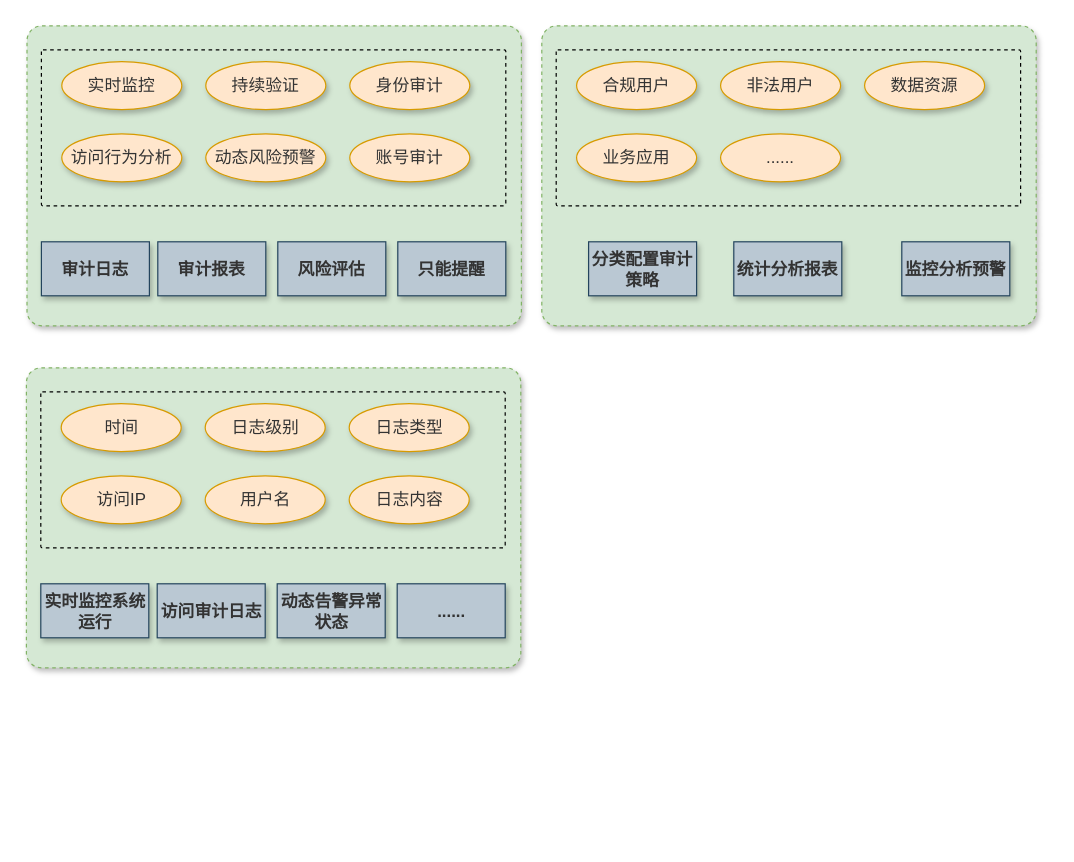
The draw.io diagram page "第 1 页" (1 of 2) of 东庄信息化项目-统一权限管理-审计.drawio in sun-beijixing/drawio, before the edit. Source tidied: cells renumbered, new cells numbered last; positions are measured from the earlier drawing's top-left corner, leaving out a move shared by most shapes. Both pictures are drawn from the tidied source at 120%, with x=0, y=0 at pixel (25, 25).
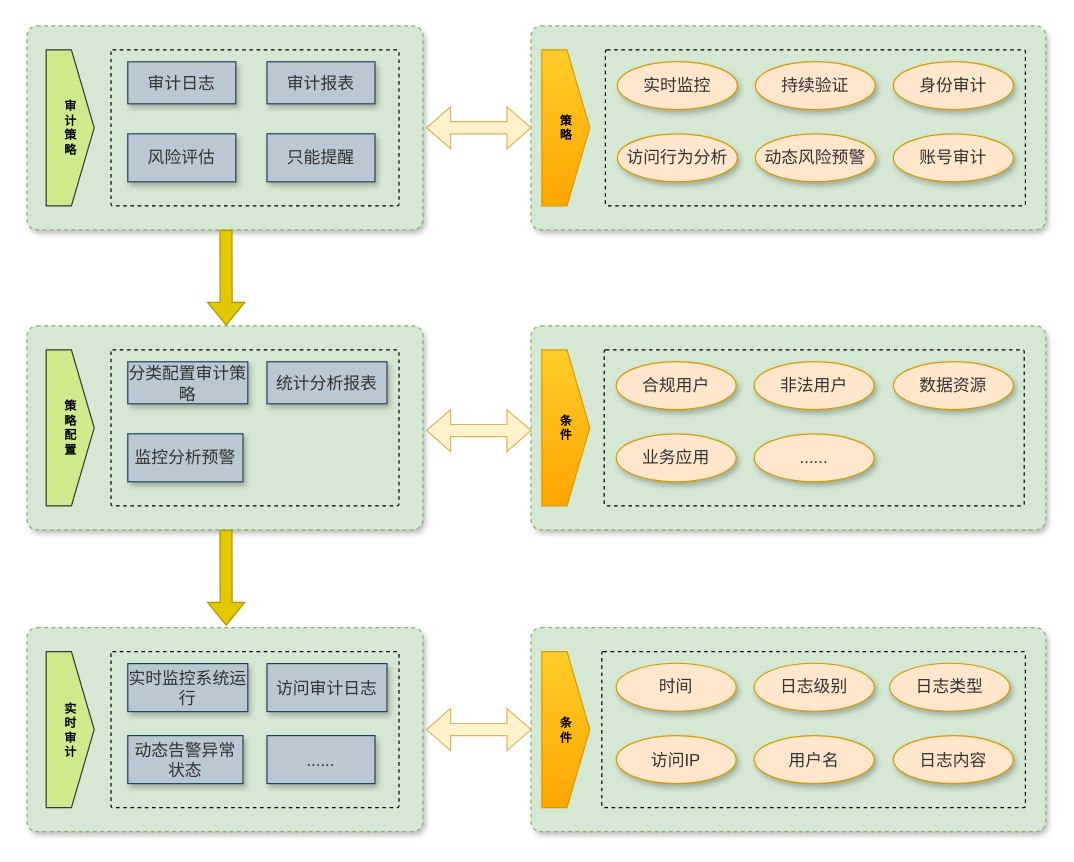
After the change.

Commit message (it also covers changes not shown here):
更新东庄信息化项目-统一权限管理-审计.drawio

Change to the diagram source:
```diff
@@
+    <mxCell id="36" style="rounded=1;whiteSpace=wrap;html=1;shadow=1;fontSize=11;strokeWidth=1;fillColor=#d5e8d4;dashed=1;arcSize=5;strokeColor=#82b366;" parent="1" vertex="1">
+      <mxGeometry x="1" y="501.5" width="330" height="170" as="geometry" />
+    </mxCell>
+    <mxCell id="37" style="text;html=1;fillColor=none;align=center;verticalAlign=middle;whiteSpace=wrap;fontSize=54;fontStyle=1;shadow=0;rounded=1;glass=0;sketch=0;arcSize=1;dashed=1;strokeWidth=1;strokeColor=default;" parent="1" vertex="1">
+      <mxGeometry x="71" y="521.5" width="240" height="130" as="geometry" />
+    </mxCell>
+    <mxCell id="38" style="rounded=1;whiteSpace=wrap;html=1;shadow=1;fontSize=11;strokeWidth=1;fillColor=#d5e8d4;dashed=1;arcSize=5;strokeColor=#82b366;" parent="1" vertex="1">
+      <mxGeometry x="1" width="330" height="170" as="geometry" />
+    </mxCell>
+    <mxCell id="39" style="text;html=1;fillColor=none;align=center;verticalAlign=middle;whiteSpace=wrap;fontSize=54;fontStyle=1;shadow=0;rounded=1;glass=0;sketch=0;arcSize=1;dashed=1;strokeWidth=1;strokeColor=default;" parent="1" vertex="1">
+      <mxGeometry x="71" y="20" width="240" height="130" as="geometry" />
+    </mxCell>
     <mxCell id="2" style="rounded=1;whiteSpace=wrap;html=1;shadow=1;fontSize=11;strokeWidth=1;fillColor=#d5e8d4;dashed=1;arcSize=5;strokeColor=#82b366;" parent="1" vertex="1">
-      <mxGeometry x="1" width="412" height="250" as="geometry" />
+      <mxGeometry x="421" width="429" height="170" as="geometry" />
     </mxCell>
     <mxCell id="3" style="text;html=1;fillColor=none;align=center;verticalAlign=middle;whiteSpace=wrap;fontSize=54;fontStyle=1;shadow=0;rounded=1;glass=0;sketch=0;arcSize=1;dashed=1;strokeWidth=1;strokeColor=default;" parent="1" vertex="1">
-      <mxGeometry x="13" y="20" width="387" height="130" as="geometry" />
+      <mxGeometry x="483" y="20" width="350" height="130" as="geometry" />
     </mxCell>
-    <mxCell id="4" value="&lt;b style=&quot;color: rgb(51, 51, 51); font-size: 14px;&quot;&gt;审计日志&lt;/b&gt;" style="rounded=0;whiteSpace=wrap;html=1;shadow=1;fontSize=11;strokeColor=#23445d;strokeWidth=1;fillColor=#bac8d3;" parent="1" vertex="1">
-      <mxGeometry x="13" y="180" width="90" height="45" as="geometry" />
-    </mxCell>
-    <mxCell id="5" value="&lt;b style=&quot;color: rgb(51, 51, 51); font-size: 14px;&quot;&gt;审计报表&lt;/b&gt;" style="rounded=0;whiteSpace=wrap;html=1;shadow=1;fontSize=11;strokeColor=#23445d;strokeWidth=1;fillColor=#bac8d3;" parent="1" vertex="1">
-      <mxGeometry x="110" y="180" width="90" height="45" as="geometry" />
-    </mxCell>
-    <mxCell id="6" value="&lt;font color=&quot;#333333&quot;&gt;&lt;span style=&quot;font-size: 14px;&quot;&gt;&lt;b&gt;风险评估&lt;/b&gt;&lt;/span&gt;&lt;/font&gt;" style="rounded=0;whiteSpace=wrap;html=1;shadow=1;fontSize=11;strokeColor=#23445d;strokeWidth=1;fillColor=#bac8d3;" parent="1" vertex="1">
-      <mxGeometry x="210" y="180" width="90" height="45" as="geometry" />
-    </mxCell>
-    <mxCell id="7" value="&lt;font color=&quot;#333333&quot;&gt;&lt;span style=&quot;font-size: 14px;&quot;&gt;&lt;b&gt;只能提醒&lt;/b&gt;&lt;/span&gt;&lt;/font&gt;" style="rounded=0;whiteSpace=wrap;html=1;shadow=1;fontSize=11;strokeColor=#23445d;strokeWidth=1;fillColor=#bac8d3;" parent="1" vertex="1">
-      <mxGeometry x="310" y="180" width="90" height="45" as="geometry" />
-    </mxCell>
     <mxCell id="8" value="&lt;span style=&quot;color: rgb(51, 51, 51); font-size: 14px;&quot;&gt;实时监控&lt;/span&gt;" style="ellipse;whiteSpace=wrap;html=1;shadow=1;fontSize=10;fillColor=#ffe6cc;strokeColor=#d79b00;" parent="1" vertex="1">
-      <mxGeometry x="30" y="29.8" width="100" height="40" as="geometry" />
+      <mxGeometry x="493" y="29.8" width="100" height="40" as="geometry" />
     </mxCell>
     <mxCell id="9" value="&lt;span style=&quot;color: rgb(51, 51, 51); font-size: 14px;&quot;&gt;持续验证&lt;/span&gt;" style="ellipse;whiteSpace=wrap;html=1;shadow=1;fontSize=10;fillColor=#ffe6cc;strokeColor=#d79b00;" parent="1" vertex="1">
-      <mxGeometry x="150" y="29.8" width="100" height="40" as="geometry" />
+      <mxGeometry x="608" y="29.8" width="100" height="40" as="geometry" />
     </mxCell>
     <mxCell id="10" value="&lt;span style=&quot;color: rgb(51, 51, 51); font-size: 14px;&quot;&gt;身份审计&lt;/span&gt;" style="ellipse;whiteSpace=wrap;html=1;shadow=1;fontSize=10;fillColor=#ffe6cc;strokeColor=#d79b00;" parent="1" vertex="1">
-      <mxGeometry x="270" y="29.8" width="100" height="40" as="geometry" />
+      <mxGeometry x="723" y="29.8" width="100" height="40" as="geometry" />
     </mxCell>
     <mxCell id="11" value="&lt;span style=&quot;color: rgb(51, 51, 51); font-size: 14px;&quot;&gt;账号审计&lt;/span&gt;" style="ellipse;whiteSpace=wrap;html=1;shadow=1;fontSize=10;fillColor=#ffe6cc;strokeColor=#d79b00;" parent="1" vertex="1">
-      <mxGeometry x="270" y="90" width="100" height="40" as="geometry" />
+      <mxGeometry x="723" y="90" width="100" height="40" as="geometry" />
     </mxCell>
     <mxCell id="12" value="&lt;span style=&quot;color: rgb(51, 51, 51); font-size: 14px;&quot;&gt;访问行为分析&lt;/span&gt;" style="ellipse;whiteSpace=wrap;html=1;shadow=1;fontSize=10;fillColor=#ffe6cc;strokeColor=#d79b00;" parent="1" vertex="1">
-      <mxGeometry x="30" y="90" width="100" height="40" as="geometry" />
+      <mxGeometry x="493" y="90" width="100" height="40" as="geometry" />
     </mxCell>
     <mxCell id="13" value="&lt;span style=&quot;color: rgb(51, 51, 51); font-size: 14px;&quot;&gt;动态风险预警&lt;/span&gt;" style="ellipse;whiteSpace=wrap;html=1;shadow=1;fontSize=10;fillColor=#ffe6cc;strokeColor=#d79b00;" parent="1" vertex="1">
-      <mxGeometry x="150" y="90" width="100" height="40" as="geometry" />
+      <mxGeometry x="608" y="90" width="100" height="40" as="geometry" />
     </mxCell>
     <mxCell id="14" style="rounded=1;whiteSpace=wrap;html=1;shadow=1;fontSize=11;strokeWidth=1;fillColor=#d5e8d4;dashed=1;arcSize=5;strokeColor=#82b366;" parent="1" vertex="1">
-      <mxGeometry x="430" width="412" height="250" as="geometry" />
+      <mxGeometry x="421" y="250" width="429" height="170" as="geometry" />
     </mxCell>
     <mxCell id="15" style="text;html=1;fillColor=none;align=center;verticalAlign=middle;whiteSpace=wrap;fontSize=54;fontStyle=1;shadow=0;rounded=1;glass=0;sketch=0;arcSize=1;dashed=1;strokeWidth=1;strokeColor=default;" parent="1" vertex="1">
-      <mxGeometry x="442" y="20" width="387" height="130" as="geometry" />
+      <mxGeometry x="482" y="270" width="350" height="130" as="geometry" />
     </mxCell>
-    <mxCell id="16" value="&lt;font color=&quot;#333333&quot;&gt;&lt;span style=&quot;font-size: 14px;&quot;&gt;&lt;b&gt;分类配置审计策略&lt;/b&gt;&lt;/span&gt;&lt;/font&gt;" style="rounded=0;whiteSpace=wrap;html=1;shadow=1;fontSize=11;strokeColor=#23445d;strokeWidth=1;fillColor=#bac8d3;" parent="1" vertex="1">
-      <mxGeometry x="469" y="180" width="90" height="45" as="geometry" />
-    </mxCell>
-    <mxCell id="17" value="&lt;b style=&quot;color: rgb(51, 51, 51); font-size: 14px;&quot;&gt;统计分析报表&lt;/b&gt;" style="rounded=0;whiteSpace=wrap;html=1;shadow=1;fontSize=11;strokeColor=#23445d;strokeWidth=1;fillColor=#bac8d3;" parent="1" vertex="1">
-      <mxGeometry x="590" y="180" width="90" height="45" as="geometry" />
-    </mxCell>
-    <mxCell id="18" value="&lt;font color=&quot;#333333&quot;&gt;&lt;span style=&quot;font-size: 14px;&quot;&gt;&lt;b&gt;监控分析预警&lt;/b&gt;&lt;/span&gt;&lt;/font&gt;" style="rounded=0;whiteSpace=wrap;html=1;shadow=1;fontSize=11;strokeColor=#23445d;strokeWidth=1;fillColor=#bac8d3;" parent="1" vertex="1">
-      <mxGeometry x="730" y="180" width="90" height="45" as="geometry" />
-    </mxCell>
     <mxCell id="19" value="&lt;span style=&quot;color: rgb(51, 51, 51); font-size: 14px;&quot;&gt;合规用户&lt;/span&gt;" style="ellipse;whiteSpace=wrap;html=1;shadow=1;fontSize=10;fillColor=#ffe6cc;strokeColor=#d79b00;" parent="1" vertex="1">
-      <mxGeometry x="459" y="29.8" width="100" height="40" as="geometry" />
+      <mxGeometry x="492" y="279.8" width="100" height="40" as="geometry" />
     </mxCell>
     <mxCell id="20" value="&lt;span style=&quot;color: rgb(51, 51, 51); font-size: 14px;&quot;&gt;非法用户&lt;/span&gt;" style="ellipse;whiteSpace=wrap;html=1;shadow=1;fontSize=10;fillColor=#ffe6cc;strokeColor=#d79b00;" parent="1" vertex="1">
-      <mxGeometry x="579" y="29.8" width="100" height="40" as="geometry" />
+      <mxGeometry x="607" y="279.8" width="100" height="40" as="geometry" />
     </mxCell>
     <mxCell id="21" value="&lt;span style=&quot;color: rgb(51, 51, 51); font-size: 14px;&quot;&gt;数据资源&lt;/span&gt;" style="ellipse;whiteSpace=wrap;html=1;shadow=1;fontSize=10;fillColor=#ffe6cc;strokeColor=#d79b00;" parent="1" vertex="1">
-      <mxGeometry x="699" y="29.8" width="100" height="40" as="geometry" />
+      <mxGeometry x="723" y="279.8" width="100" height="40" as="geometry" />
     </mxCell>
     <mxCell id="22" value="&lt;span style=&quot;color: rgb(51, 51, 51); font-size: 14px;&quot;&gt;业务应用&lt;/span&gt;" style="ellipse;whiteSpace=wrap;html=1;shadow=1;fontSize=10;fillColor=#ffe6cc;strokeColor=#d79b00;" parent="1" vertex="1">
-      <mxGeometry x="459" y="90" width="100" height="40" as="geometry" />
+      <mxGeometry x="492" y="340" width="100" height="40" as="geometry" />
     </mxCell>
     <mxCell id="23" value="&lt;font color=&quot;#333333&quot;&gt;&lt;span style=&quot;font-size: 14px;&quot;&gt;......&lt;/span&gt;&lt;/font&gt;" style="ellipse;whiteSpace=wrap;html=1;shadow=1;fontSize=10;fillColor=#ffe6cc;strokeColor=#d79b00;" parent="1" vertex="1">
-      <mxGeometry x="579" y="90" width="100" height="40" as="geometry" />
+      <mxGeometry x="607" y="340" width="100" height="40" as="geometry" />
     </mxCell>
     <mxCell id="24" style="rounded=1;whiteSpace=wrap;html=1;shadow=1;fontSize=11;strokeWidth=1;fillColor=#d5e8d4;dashed=1;arcSize=5;strokeColor=#82b366;" parent="1" vertex="1">
-      <mxGeometry x="0.5" y="285" width="412" height="250" as="geometry" />
+      <mxGeometry x="421" y="501.5" width="429" height="170" as="geometry" />
     </mxCell>
     <mxCell id="25" style="text;html=1;fillColor=none;align=center;verticalAlign=middle;whiteSpace=wrap;fontSize=54;fontStyle=1;shadow=0;rounded=1;glass=0;sketch=0;arcSize=1;dashed=1;strokeWidth=1;strokeColor=default;" parent="1" vertex="1">
-      <mxGeometry x="12.5" y="305" width="387" height="130" as="geometry" />
+      <mxGeometry x="480" y="521.5" width="353" height="130" as="geometry" />
     </mxCell>
-    <mxCell id="26" value="&lt;b style=&quot;color: rgb(51, 51, 51); font-size: 14px;&quot;&gt;实时监控系统运行&lt;/b&gt;" style="rounded=0;whiteSpace=wrap;html=1;shadow=1;fontSize=11;strokeColor=#23445d;strokeWidth=1;fillColor=#bac8d3;" parent="1" vertex="1">
-      <mxGeometry x="12.5" y="465" width="90" height="45" as="geometry" />
-    </mxCell>
-    <mxCell id="27" value="&lt;b style=&quot;color: rgb(51, 51, 51); font-size: 14px;&quot;&gt;访问审计日志&lt;/b&gt;" style="rounded=0;whiteSpace=wrap;html=1;shadow=1;fontSize=11;strokeColor=#23445d;strokeWidth=1;fillColor=#bac8d3;" parent="1" vertex="1">
-      <mxGeometry x="109.5" y="465" width="90" height="45" as="geometry" />
-    </mxCell>
-    <mxCell id="28" value="&lt;font color=&quot;#333333&quot;&gt;&lt;span style=&quot;font-size: 14px;&quot;&gt;&lt;b&gt;动态告警异常状态&lt;/b&gt;&lt;/span&gt;&lt;/font&gt;" style="rounded=0;whiteSpace=wrap;html=1;shadow=1;fontSize=11;strokeColor=#23445d;strokeWidth=1;fillColor=#bac8d3;" parent="1" vertex="1">
-      <mxGeometry x="209.5" y="465" width="90" height="45" as="geometry" />
-    </mxCell>
-    <mxCell id="29" value="&lt;font color=&quot;#333333&quot;&gt;&lt;span style=&quot;font-size: 14px;&quot;&gt;&lt;b&gt;......&lt;/b&gt;&lt;/span&gt;&lt;/font&gt;" style="rounded=0;whiteSpace=wrap;html=1;shadow=1;fontSize=11;strokeColor=#23445d;strokeWidth=1;fillColor=#bac8d3;" parent="1" vertex="1">
-      <mxGeometry x="309.5" y="465" width="90" height="45" as="geometry" />
+    <mxCell id="29" value="&lt;font color=&quot;#333333&quot;&gt;&lt;span style=&quot;font-size: 14px;&quot;&gt;......&lt;/span&gt;&lt;/font&gt;" style="rounded=0;whiteSpace=wrap;html=1;shadow=1;fontSize=11;strokeColor=#23445d;strokeWidth=1;fillColor=#bac8d3;" parent="1" vertex="1">
+      <mxGeometry x="201" y="591.5" width="90" height="40" as="geometry" />
     </mxCell>
     <mxCell id="30" value="&lt;font color=&quot;#333333&quot;&gt;&lt;span style=&quot;font-size: 14px;&quot;&gt;时间&lt;/span&gt;&lt;/font&gt;" style="ellipse;whiteSpace=wrap;html=1;shadow=1;fontSize=10;fillColor=#ffe6cc;strokeColor=#d79b00;" parent="1" vertex="1">
-      <mxGeometry x="29.5" y="314.8" width="100" height="40" as="geometry" />
+      <mxGeometry x="492" y="531.2" width="100" height="40" as="geometry" />
     </mxCell>
     <mxCell id="31" value="&lt;span style=&quot;color: rgb(51, 51, 51); font-size: 14px;&quot;&gt;日志级别&lt;/span&gt;" style="ellipse;whiteSpace=wrap;html=1;shadow=1;fontSize=10;fillColor=#ffe6cc;strokeColor=#d79b00;" parent="1" vertex="1">
-      <mxGeometry x="149.5" y="314.8" width="100" height="40" as="geometry" />
+      <mxGeometry x="607" y="531.2" width="100" height="40" as="geometry" />
     </mxCell>
     <mxCell id="32" value="&lt;span style=&quot;color: rgb(51, 51, 51); font-size: 14px;&quot;&gt;日志类型&lt;/span&gt;" style="ellipse;whiteSpace=wrap;html=1;shadow=1;fontSize=10;fillColor=#ffe6cc;strokeColor=#d79b00;" parent="1" vertex="1">
-      <mxGeometry x="269.5" y="314.8" width="100" height="40" as="geometry" />
+      <mxGeometry x="720" y="531.2" width="100" height="40" as="geometry" />
     </mxCell>
     <mxCell id="33" value="&lt;span style=&quot;color: rgb(51, 51, 51); font-size: 14px;&quot;&gt;日志内容&lt;/span&gt;" style="ellipse;whiteSpace=wrap;html=1;shadow=1;fontSize=10;fillColor=#ffe6cc;strokeColor=#d79b00;" parent="1" vertex="1">
-      <mxGeometry x="269.5" y="375" width="100" height="40" as="geometry" />
+      <mxGeometry x="723" y="591.5" width="100" height="40" as="geometry" />
     </mxCell>
     <mxCell id="34" value="&lt;span style=&quot;color: rgb(51, 51, 51); font-size: 14px;&quot;&gt;访问IP&lt;/span&gt;" style="ellipse;whiteSpace=wrap;html=1;shadow=1;fontSize=10;fillColor=#ffe6cc;strokeColor=#d79b00;" parent="1" vertex="1">
-      <mxGeometry x="29.5" y="375" width="100" height="40" as="geometry" />
+      <mxGeometry x="492" y="591.5" width="100" height="40" as="geometry" />
     </mxCell>
     <mxCell id="35" value="&lt;font color=&quot;#333333&quot;&gt;&lt;span style=&quot;font-size: 14px;&quot;&gt;用户名&lt;/span&gt;&lt;/font&gt;" style="ellipse;whiteSpace=wrap;html=1;shadow=1;fontSize=10;fillColor=#ffe6cc;strokeColor=#d79b00;" parent="1" vertex="1">
-      <mxGeometry x="149.5" y="375" width="100" height="40" as="geometry" />
+      <mxGeometry x="607" y="591.5" width="100" height="40" as="geometry" />
     </mxCell>
+    <mxCell id="40" value="&lt;b&gt;策&lt;br&gt;略&lt;/b&gt;" style="html=1;shadow=0;dashed=0;align=center;verticalAlign=middle;shape=mxgraph.arrows2.arrow;dy=0;dx=19;notch=0;fontSize=10;fillColor=#ffcd28;strokeColor=#d79b00;gradientColor=#ffa500;" parent="1" vertex="1">
+      <mxGeometry x="430" y="20" width="40" height="130" as="geometry" />
+    </mxCell>
+    <mxCell id="4" value="&lt;span style=&quot;color: rgb(51, 51, 51); font-size: 14px;&quot;&gt;审计日志&lt;/span&gt;" style="rounded=0;whiteSpace=wrap;html=1;shadow=1;fontSize=11;strokeColor=#23445d;strokeWidth=1;fillColor=#bac8d3;" parent="1" vertex="1">
+      <mxGeometry x="85" y="30" width="90" height="35" as="geometry" />
+    </mxCell>
+    <mxCell id="5" value="&lt;span style=&quot;color: rgb(51, 51, 51); font-size: 14px;&quot;&gt;审计报表&lt;/span&gt;" style="rounded=0;whiteSpace=wrap;html=1;shadow=1;fontSize=11;strokeColor=#23445d;strokeWidth=1;fillColor=#bac8d3;" parent="1" vertex="1">
+      <mxGeometry x="201" y="30" width="90" height="35" as="geometry" />
+    </mxCell>
+    <mxCell id="6" value="&lt;font style=&quot;&quot; color=&quot;#333333&quot;&gt;&lt;span style=&quot;font-size: 14px;&quot;&gt;风险评估&lt;/span&gt;&lt;/font&gt;" style="rounded=0;whiteSpace=wrap;html=1;shadow=1;fontSize=11;strokeColor=#23445d;strokeWidth=1;fillColor=#bac8d3;" parent="1" vertex="1">
+      <mxGeometry x="85" y="90" width="90" height="40" as="geometry" />
+    </mxCell>
+    <mxCell id="7" value="&lt;font color=&quot;#333333&quot;&gt;&lt;span style=&quot;font-size: 14px;&quot;&gt;只能提醒&lt;/span&gt;&lt;/font&gt;" style="rounded=0;whiteSpace=wrap;html=1;shadow=1;fontSize=11;strokeColor=#23445d;strokeWidth=1;fillColor=#bac8d3;" parent="1" vertex="1">
+      <mxGeometry x="201" y="90" width="90" height="40" as="geometry" />
+    </mxCell>
+    <mxCell id="41" value="&lt;b&gt;审&lt;br&gt;计&lt;br&gt;策&lt;br&gt;略&lt;/b&gt;" style="html=1;shadow=0;dashed=0;align=center;verticalAlign=middle;shape=mxgraph.arrows2.arrow;dy=0;dx=19;notch=0;fontSize=10;fillColor=#cdeb8b;strokeColor=#36393d;" parent="1" vertex="1">
+      <mxGeometry x="17" y="20" width="40" height="130" as="geometry" />
+    </mxCell>
+    <mxCell id="42" style="html=1;shadow=0;dashed=0;align=center;verticalAlign=middle;shape=mxgraph.arrows2.twoWayArrow;dy=0.71;dx=20;fontSize=10;fillColor=#fff2cc;strokeColor=#d6b656;" parent="1" vertex="1">
+      <mxGeometry x="334" y="67.5" width="87" height="35" as="geometry" />
+    </mxCell>
+    <mxCell id="43" value="&lt;b&gt;条&lt;br&gt;件&lt;/b&gt;" style="html=1;shadow=0;dashed=0;align=center;verticalAlign=middle;shape=mxgraph.arrows2.arrow;dy=0;dx=19;notch=0;fontSize=10;fillColor=#ffcd28;strokeColor=#d79b00;gradientColor=#ffa500;" parent="1" vertex="1">
+      <mxGeometry x="430" y="270" width="40" height="130" as="geometry" />
+    </mxCell>
+    <mxCell id="44" style="rounded=1;whiteSpace=wrap;html=1;shadow=1;fontSize=11;strokeWidth=1;fillColor=#d5e8d4;dashed=1;arcSize=5;strokeColor=#82b366;" parent="1" vertex="1">
+      <mxGeometry x="1" y="250" width="330" height="170" as="geometry" />
+    </mxCell>
+    <mxCell id="45" style="text;html=1;fillColor=none;align=center;verticalAlign=middle;whiteSpace=wrap;fontSize=54;fontStyle=1;shadow=0;rounded=1;glass=0;sketch=0;arcSize=1;dashed=1;strokeWidth=1;strokeColor=default;" parent="1" vertex="1">
+      <mxGeometry x="71" y="270" width="240" height="130" as="geometry" />
+    </mxCell>
+    <mxCell id="16" value="&lt;span style=&quot;color: rgb(51, 51, 51); font-size: 14px;&quot;&gt;分类配置审计策略&lt;/span&gt;" style="rounded=0;whiteSpace=wrap;html=1;shadow=1;fontSize=11;strokeColor=#23445d;strokeWidth=1;fillColor=#bac8d3;" parent="1" vertex="1">
+      <mxGeometry x="85" y="280" width="100" height="35" as="geometry" />
+    </mxCell>
+    <mxCell id="17" value="&lt;span style=&quot;color: rgb(51, 51, 51); font-size: 14px;&quot;&gt;统计分析报表&lt;/span&gt;" style="rounded=0;whiteSpace=wrap;html=1;shadow=1;fontSize=11;strokeColor=#23445d;strokeWidth=1;fillColor=#bac8d3;" parent="1" vertex="1">
+      <mxGeometry x="201" y="280" width="100" height="35" as="geometry" />
+    </mxCell>
+    <mxCell id="18" value="&lt;span style=&quot;color: rgb(51, 51, 51); font-size: 14px;&quot;&gt;监控分析预警&lt;/span&gt;" style="rounded=0;whiteSpace=wrap;html=1;shadow=1;fontSize=11;strokeColor=#23445d;strokeWidth=1;fillColor=#bac8d3;" parent="1" vertex="1">
+      <mxGeometry x="85" y="340" width="96" height="40" as="geometry" />
+    </mxCell>
+    <mxCell id="46" value="&lt;b&gt;策&lt;br&gt;略&lt;br&gt;配&lt;br&gt;置&lt;/b&gt;" style="html=1;shadow=0;dashed=0;align=center;verticalAlign=middle;shape=mxgraph.arrows2.arrow;dy=0;dx=19;notch=0;fontSize=10;fillColor=#cdeb8b;strokeColor=#36393d;" parent="1" vertex="1">
+      <mxGeometry x="17" y="270" width="40" height="130" as="geometry" />
+    </mxCell>
+    <mxCell id="47" style="html=1;shadow=0;dashed=0;align=center;verticalAlign=middle;shape=mxgraph.arrows2.twoWayArrow;dy=0.71;dx=20;fontSize=10;fillColor=#fff2cc;strokeColor=#d6b656;" parent="1" vertex="1">
+      <mxGeometry x="334" y="319.8" width="87" height="35" as="geometry" />
+    </mxCell>
+    <mxCell id="48" value="&lt;b&gt;条&lt;br&gt;件&lt;/b&gt;" style="html=1;shadow=0;dashed=0;align=center;verticalAlign=middle;shape=mxgraph.arrows2.arrow;dy=0;dx=19;notch=0;fontSize=10;fillColor=#ffcd28;strokeColor=#d79b00;gradientColor=#ffa500;" parent="1" vertex="1">
+      <mxGeometry x="430" y="521.5" width="40" height="130" as="geometry" />
+    </mxCell>
+    <mxCell id="26" value="&lt;span style=&quot;color: rgb(51, 51, 51); font-size: 14px;&quot;&gt;实时监控系统运行&lt;/span&gt;" style="rounded=0;whiteSpace=wrap;html=1;shadow=1;fontSize=11;strokeColor=#23445d;strokeWidth=1;fillColor=#bac8d3;" parent="1" vertex="1">
+      <mxGeometry x="85" y="531.5" width="100" height="40" as="geometry" />
+    </mxCell>
+    <mxCell id="27" value="&lt;span style=&quot;color: rgb(51, 51, 51); font-size: 14px;&quot;&gt;访问审计日志&lt;/span&gt;" style="rounded=0;whiteSpace=wrap;html=1;shadow=1;fontSize=11;strokeColor=#23445d;strokeWidth=1;fillColor=#bac8d3;" parent="1" vertex="1">
+      <mxGeometry x="201" y="531.5" width="100" height="40" as="geometry" />
+    </mxCell>
+    <mxCell id="28" value="&lt;span style=&quot;color: rgb(51, 51, 51); font-size: 14px;&quot;&gt;动态告警异常状态&lt;/span&gt;" style="rounded=0;whiteSpace=wrap;html=1;shadow=1;fontSize=11;strokeColor=#23445d;strokeWidth=1;fillColor=#bac8d3;" parent="1" vertex="1">
+      <mxGeometry x="85" y="591.5" width="96" height="40" as="geometry" />
+    </mxCell>
+    <mxCell id="49" value="&lt;b&gt;实&lt;br&gt;时&lt;br&gt;审&lt;br&gt;计&lt;/b&gt;" style="html=1;shadow=0;dashed=0;align=center;verticalAlign=middle;shape=mxgraph.arrows2.arrow;dy=0;dx=19;notch=0;fontSize=10;fillColor=#cdeb8b;strokeColor=#36393d;" parent="1" vertex="1">
+      <mxGeometry x="17" y="521.5" width="40" height="130" as="geometry" />
+    </mxCell>
+    <mxCell id="50" style="html=1;shadow=0;dashed=0;align=center;verticalAlign=middle;shape=mxgraph.arrows2.twoWayArrow;dy=0.71;dx=20;fontSize=10;fillColor=#fff2cc;strokeColor=#d6b656;" parent="1" vertex="1">
+      <mxGeometry x="334" y="569" width="87" height="35" as="geometry" />
+    </mxCell>
+    <mxCell id="51" style="shape=flexArrow;endArrow=classic;html=1;rounded=0;fontSize=10;fillColor=#e3c800;strokeColor=#B09500;" parent="1" edge="1">
+      <mxGeometry relative="1" as="geometry">
+        <mxPoint x="166.8" y="170" as="sourcePoint" />
+        <mxPoint x="167" y="250" as="targetPoint" />
+      </mxGeometry>
+    </mxCell>
+    <mxCell id="52" style="shape=flexArrow;endArrow=classic;html=1;rounded=0;fontSize=10;fillColor=#e3c800;strokeColor=#B09500;" parent="1" edge="1">
+      <mxGeometry relative="1" as="geometry">
+        <mxPoint x="166.8" y="420" as="sourcePoint" />
+        <mxPoint x="167" y="500" as="targetPoint" />
+      </mxGeometry>
+    </mxCell>
```
